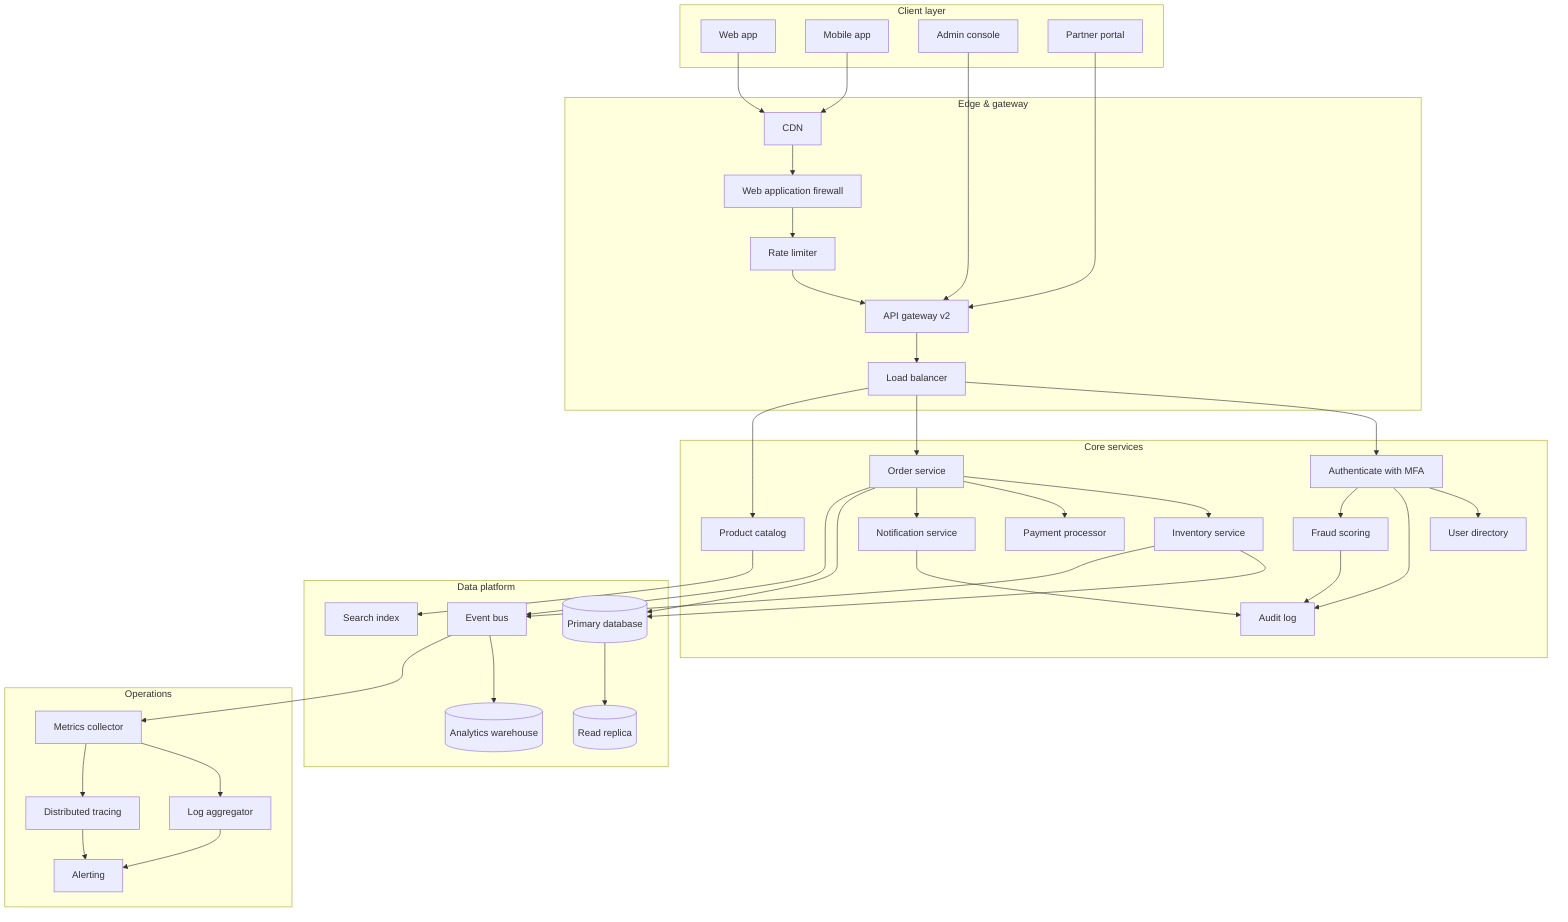
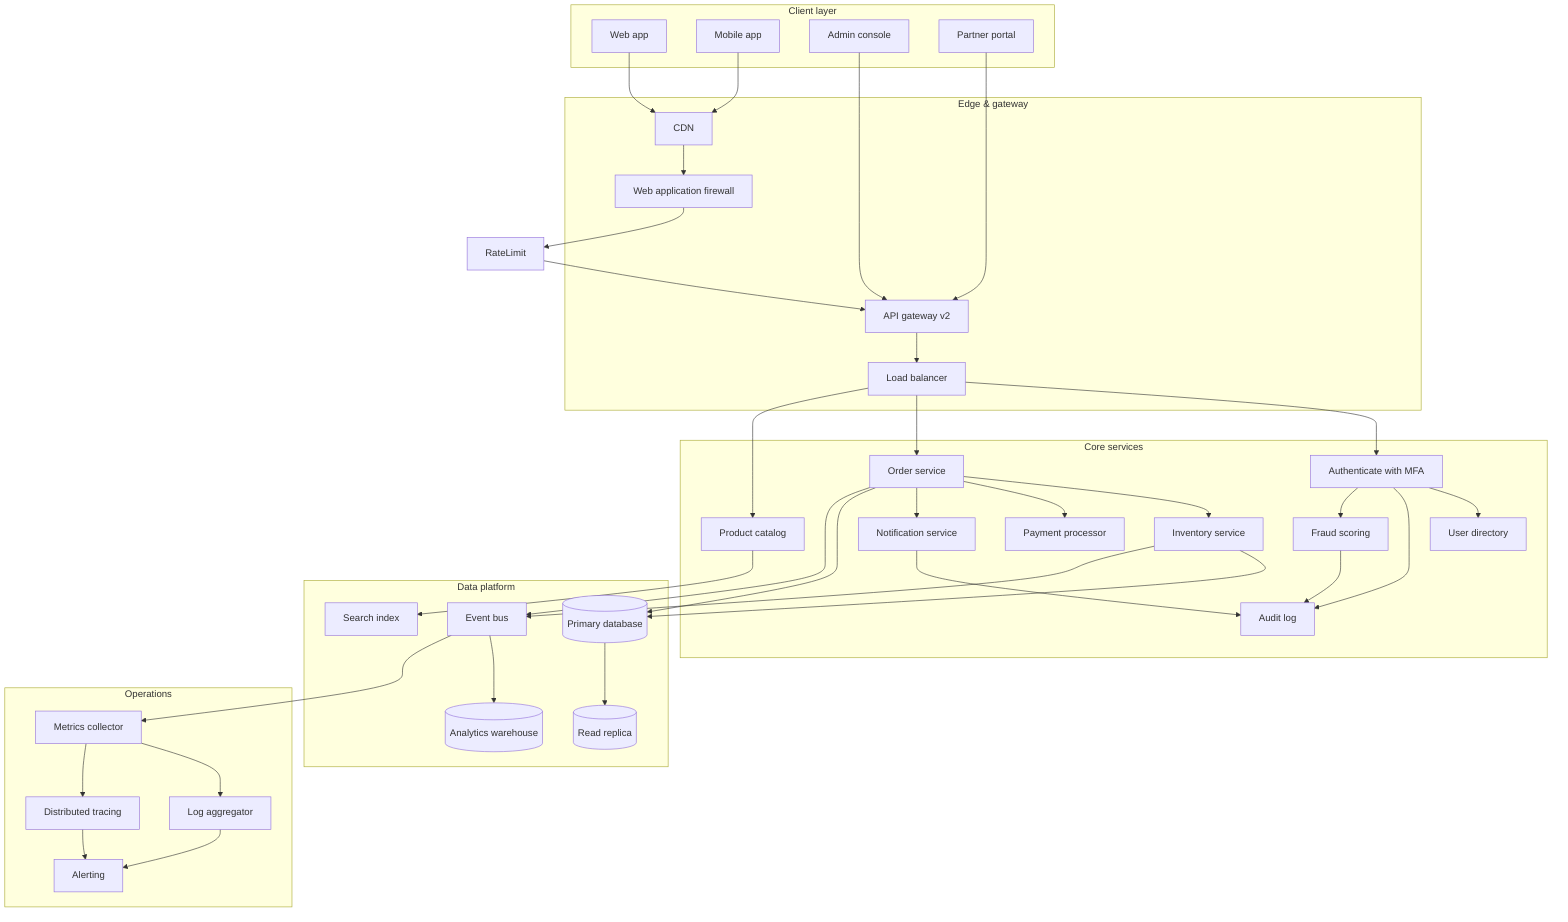
+ ---
+ id: 79e3a1c4-6e16-45e0-8c6a-c7bbbef82854
+ ---
flowchart TD
    subgraph Client["Client layer"]
        Web[Web app]
        Mobile[Mobile app]
        Admin[Admin console]
        Partner[Partner portal]
    end

    subgraph Edge["Edge & gateway"]
        CDN[CDN]
        WAF[Web application firewall]
        Gateway[API gateway v2]
        LB[Load balancer]
-         RateLimit[Rate limiter]
+ 
    end

    subgraph Core["Core services"]
        Auth[Authenticate with MFA]
        Users[User directory]
        Orders[Order service]
        Catalog[Product catalog]
        Inventory[Inventory service]
        Payments[Payment processor]
        Audit[Audit log]
        Notify[Notification service]
        Fraud[Fraud scoring]
    end

    subgraph Data["Data platform"]
        PrimaryDB[(Primary database)]
        ReadReplica[(Read replica)]
        Search[Search index]
        Events[Event bus]
        Warehouse[(Analytics warehouse)]
    end

    subgraph Ops["Operations"]
        Metrics[Metrics collector]
        Logs[Log aggregator]
        Alerts[Alerting]
        Tracing[Distributed tracing]
    end

    Web --> CDN
    Mobile --> CDN
    Partner --> Gateway
    Admin --> Gateway
    CDN --> WAF
    WAF --> RateLimit
    RateLimit --> Gateway
    Gateway --> LB
    LB --> Auth
    LB --> Orders
    LB --> Catalog
    Auth --> Users
    Auth --> Audit
    Auth --> Fraud
    Orders --> Inventory
    Orders --> Payments
    Orders --> Notify
    Catalog --> Search
    Orders --> PrimaryDB
    Inventory --> PrimaryDB
    PrimaryDB --> ReadReplica
    Orders --> Events
    Inventory --> Events
    Events --> Warehouse
    Events --> Metrics
    Metrics --> Logs
    Logs --> Alerts
    Metrics --> Tracing
    Tracing --> Alerts
    Fraud --> Audit
-     Notify --> Audit
+     Notify --> Audit